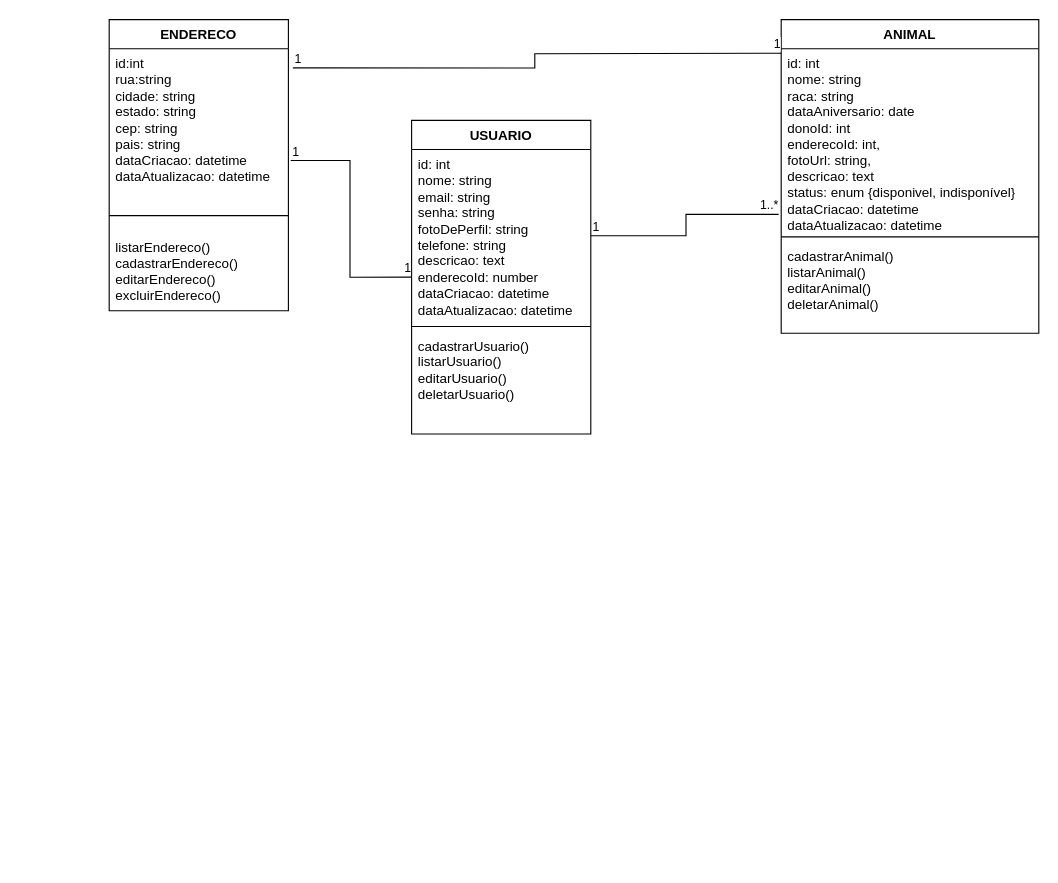
The draw.io diagram diagrama de classes.drawio in jpsilvaterra/petmatch, before the edit. Source tidied: cells renumbered, new cells numbered last; positions are measured from the earlier drawing's top-left corner, leaving out a move shared by most shapes. Both pictures are drawn from the tidied source at 112%, with x=0, y=0 at pixel (109, 19).
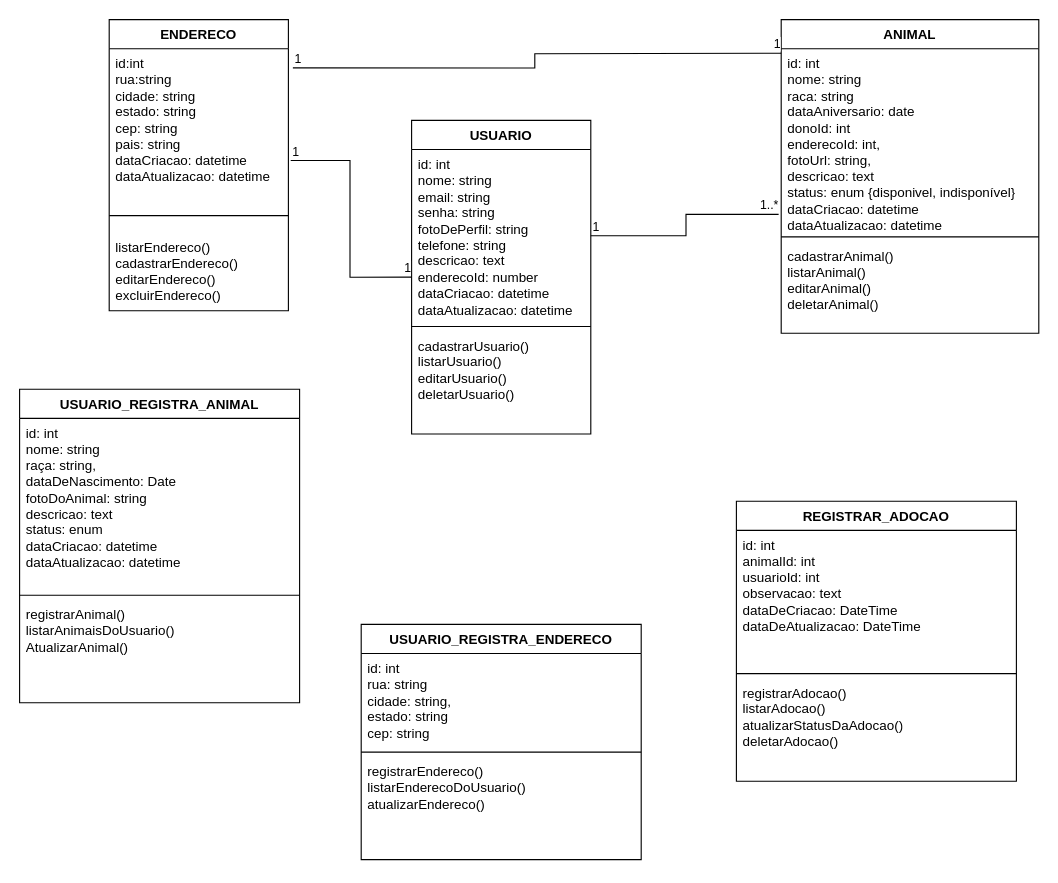
Above is the later version.

Commit message (it also covers changes not shown here):
atualizando o diagrama de classes e o banco de dados

What changed in the source:
```diff
@@
+    <mxCell id="23" value="USUARIO_REGISTRA_ANIMAL" style="swimlane;fontStyle=1;align=center;verticalAlign=top;horizontal=1;startSize=26;whiteSpace=wrap;html=1;" parent="1" vertex="1">
+      <mxGeometry x="-80" y="330" width="250" height="280" as="geometry" />
+    </mxCell>
+    <mxCell id="24" value="id: int&lt;div&gt;nome: string&lt;/div&gt;&lt;div&gt;raça: string,&lt;/div&gt;&lt;div&gt;dataDeNascimento: Date&lt;/div&gt;&lt;div&gt;&lt;span style=&quot;background-color: transparent;&quot;&gt;fotoDoAnimal: string&lt;/span&gt;&lt;/div&gt;&lt;div&gt;&lt;span style=&quot;background-color: transparent;&quot;&gt;descricao: text&lt;/span&gt;&lt;/div&gt;&lt;div&gt;&lt;span style=&quot;background-color: transparent;&quot;&gt;status: enum&lt;/span&gt;&lt;/div&gt;&lt;div&gt;&lt;span style=&quot;background-color: transparent;&quot;&gt;dataCriacao: datetime&lt;/span&gt;&lt;/div&gt;&lt;div&gt;dataAtualizacao: datetime&lt;/div&gt;" style="text;strokeColor=none;fillColor=none;align=left;verticalAlign=top;spacingLeft=4;spacingRight=4;overflow=hidden;whiteSpace=wrap;html=1;" parent="23" vertex="1">
+      <mxGeometry y="26" width="250" height="154" as="geometry" />
+    </mxCell>
+    <mxCell id="25" style="line;strokeWidth=1;fillColor=none;align=left;verticalAlign=middle;spacingTop=-1;spacingLeft=3;spacingRight=3;labelPosition=right;strokeColor=inherit;" parent="23" vertex="1">
+      <mxGeometry y="180" width="250" height="8" as="geometry" />
+    </mxCell>
+    <mxCell id="26" value="registrarAnimal()&lt;div&gt;listarAnimaisDoUsuario()&lt;/div&gt;&lt;div&gt;AtualizarAnimal()&lt;/div&gt;" style="text;strokeColor=none;fillColor=none;align=left;verticalAlign=top;spacingLeft=4;spacingRight=4;overflow=hidden;whiteSpace=wrap;html=1;" parent="23" vertex="1">
+      <mxGeometry y="188" width="250" height="92" as="geometry" />
+    </mxCell>
+    <mxCell id="27" value="USUARIO_REGISTRA_ENDERECO" style="swimlane;fontStyle=1;align=center;verticalAlign=top;horizontal=1;startSize=26;whiteSpace=wrap;html=1;" parent="1" vertex="1">
+      <mxGeometry x="225" y="540" width="250" height="210" as="geometry" />
+    </mxCell>
+    <mxCell id="28" value="id: int&lt;div&gt;rua: string&lt;/div&gt;&lt;div&gt;cidade: string,&lt;/div&gt;&lt;div&gt;estado: string&lt;/div&gt;&lt;div&gt;cep: string&lt;/div&gt;" style="text;strokeColor=none;fillColor=none;align=left;verticalAlign=top;spacingLeft=4;spacingRight=4;overflow=hidden;whiteSpace=wrap;html=1;" parent="27" vertex="1">
+      <mxGeometry y="26" width="250" height="84" as="geometry" />
+    </mxCell>
+    <mxCell id="29" style="line;strokeWidth=1;fillColor=none;align=left;verticalAlign=middle;spacingTop=-1;spacingLeft=3;spacingRight=3;labelPosition=right;strokeColor=inherit;" parent="27" vertex="1">
+      <mxGeometry y="110" width="250" height="8" as="geometry" />
+    </mxCell>
+    <mxCell id="30" value="registrarEndereco()&lt;div&gt;listarEnderecoDoUsuario()&lt;/div&gt;&lt;div&gt;atualizarEndereco()&lt;/div&gt;" style="text;strokeColor=none;fillColor=none;align=left;verticalAlign=top;spacingLeft=4;spacingRight=4;overflow=hidden;whiteSpace=wrap;html=1;" parent="27" vertex="1">
+      <mxGeometry y="118" width="250" height="92" as="geometry" />
+    </mxCell>
+    <mxCell id="31" value="REGISTRAR_ADOCAO" style="swimlane;fontStyle=1;align=center;verticalAlign=top;horizontal=1;startSize=26;whiteSpace=wrap;html=1;" parent="1" vertex="1">
+      <mxGeometry x="560" y="430" width="250" height="250" as="geometry" />
+    </mxCell>
+    <mxCell id="32" value="id: int&lt;div&gt;animalId: int&lt;/div&gt;&lt;div&gt;usuarioId: int&lt;/div&gt;&lt;div&gt;observacao: text&lt;/div&gt;&lt;div&gt;dataDeCriacao: DateTime&lt;/div&gt;&lt;div&gt;dataDeAtualizacao: DateTime&lt;/div&gt;" style="text;strokeColor=none;fillColor=none;align=left;verticalAlign=top;spacingLeft=4;spacingRight=4;overflow=hidden;whiteSpace=wrap;html=1;" parent="31" vertex="1">
+      <mxGeometry y="26" width="250" height="124" as="geometry" />
+    </mxCell>
+    <mxCell id="33" style="line;strokeWidth=1;fillColor=none;align=left;verticalAlign=middle;spacingTop=-1;spacingLeft=3;spacingRight=3;labelPosition=right;strokeColor=inherit;" parent="31" vertex="1">
+      <mxGeometry y="150" width="250" height="8" as="geometry" />
+    </mxCell>
+    <mxCell id="34" value="registrarAdocao()&lt;div&gt;listarAdocao()&lt;/div&gt;&lt;div&gt;atualizarStatusDaAdocao()&lt;/div&gt;&lt;div&gt;deletarAdocao()&lt;/div&gt;" style="text;strokeColor=none;fillColor=none;align=left;verticalAlign=top;spacingLeft=4;spacingRight=4;overflow=hidden;whiteSpace=wrap;html=1;" parent="31" vertex="1">
+      <mxGeometry y="158" width="250" height="92" as="geometry" />
+    </mxCell>
```
